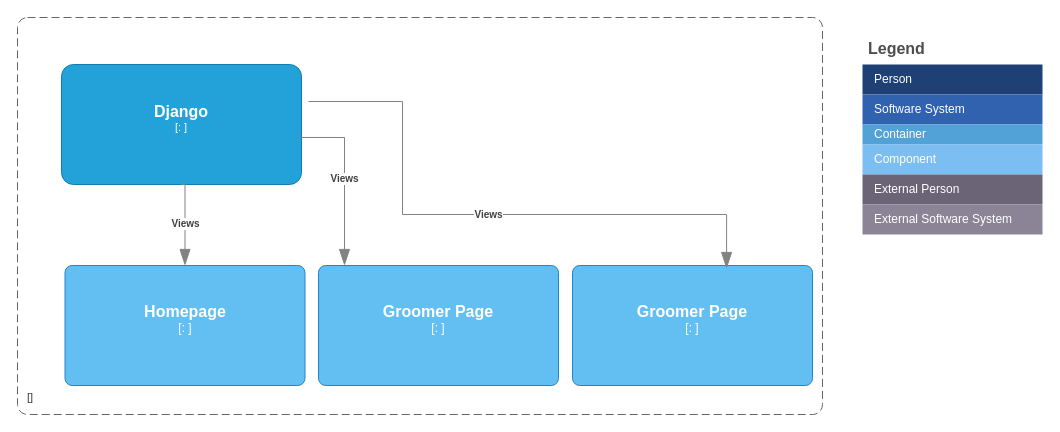
bartelsjoshuac/Corduroy keeps this draw.io diagram as docs/C4/djangocomponent-C4.drawio. Above is the earlier version. Source tidied: cells renumbered, new cells numbered last; positions are measured from the earlier drawing's top-left corner, leaving out a move shared by most shapes. Both pictures are drawn from the tidied source at 100%, with x=0, y=0 at pixel (17, 17).
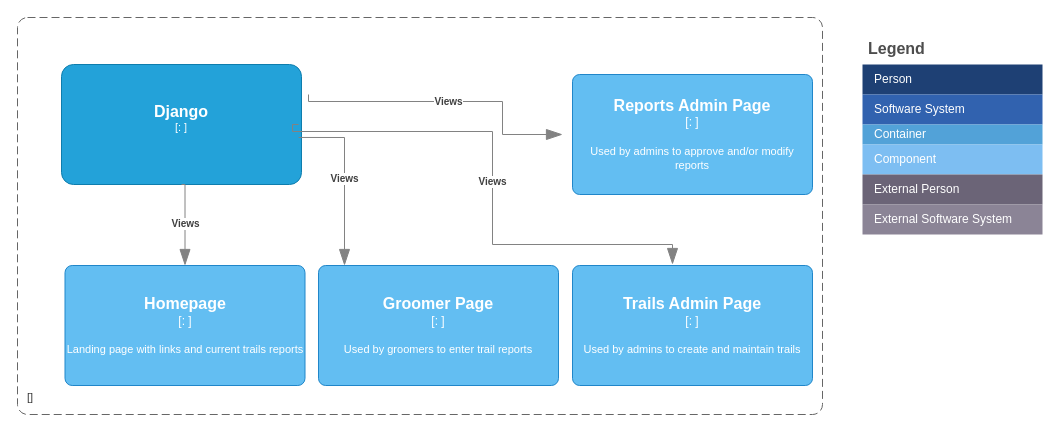
Above is the later version.

The edit, as a diff of the source:
```diff
@@
-    <object id="17" label="&lt;font style=&quot;font-size: 16px&quot;&gt;&lt;b&gt;%c4Name%&lt;/b&gt;&lt;/font&gt;&lt;div&gt;[%c4Type%: %c4Technology%]&lt;/div&gt;&lt;br&gt;&lt;div&gt;&lt;font style=&quot;font-size: 11px&quot;&gt;%c4Description%&lt;/font&gt;&lt;/div&gt;" c4Description="" c4Name="Homepage" c4Technology="" c4Type="" placeholders="1">
+    <object id="17" label="&lt;font style=&quot;font-size: 16px&quot;&gt;&lt;b&gt;%c4Name%&lt;/b&gt;&lt;/font&gt;&lt;div&gt;[%c4Type%: %c4Technology%]&lt;/div&gt;&lt;br&gt;&lt;div&gt;&lt;font style=&quot;font-size: 11px&quot;&gt;%c4Description%&lt;/font&gt;&lt;/div&gt;" c4Description="Landing page with links and current trails reports" c4Name="Homepage" c4Technology="" c4Type="" placeholders="1">
       <mxCell style="rounded=1;whiteSpace=wrap;html=1;labelBackgroundColor=none;fillColor=#63BEF2;fontColor=#ffffff;align=center;arcSize=6;strokeColor=#2086C9;points=[[0.25,0,0],[0.5,0,0],[0.75,0,0],[1,0.25,0],[1,0.5,0],[1,0.75,0],[0.75,1,0],[0.5,1,0],[0.25,1,0],[0,0.75,0],[0,0.5,0],[0,0.25,0]];" parent="1" vertex="1">
         <mxGeometry x="47.5" y="248" width="240" height="120" as="geometry" />
       </mxCell>
     </object>
@@
-    <object id="19" label="&lt;font style=&quot;font-size: 16px&quot;&gt;&lt;b&gt;%c4Name%&lt;/b&gt;&lt;/font&gt;&lt;div&gt;[%c4Type%: %c4Technology%]&lt;/div&gt;&lt;br&gt;&lt;div&gt;&lt;font style=&quot;font-size: 11px&quot;&gt;%c4Description%&lt;/font&gt;&lt;/div&gt;" c4Description="" c4Name="Groomer Page" c4Technology="" c4Type="" placeholders="1">
+    <object id="19" label="&lt;font style=&quot;font-size: 16px&quot;&gt;&lt;b&gt;%c4Name%&lt;/b&gt;&lt;/font&gt;&lt;div&gt;[%c4Type%: %c4Technology%]&lt;/div&gt;&lt;br&gt;&lt;div&gt;&lt;font style=&quot;font-size: 11px&quot;&gt;%c4Description%&lt;/font&gt;&lt;/div&gt;" c4Description="Used by groomers to enter trail reports" c4Name="Groomer Page" c4Technology="" c4Type="" placeholders="1">
       <mxCell style="rounded=1;whiteSpace=wrap;html=1;labelBackgroundColor=none;fillColor=#63BEF2;fontColor=#ffffff;align=center;arcSize=6;strokeColor=#2086C9;points=[[0.25,0,0],[0.5,0,0],[0.75,0,0],[1,0.25,0],[1,0.5,0],[1,0.75,0],[0.75,1,0],[0.5,1,0],[0.25,1,0],[0,0.75,0],[0,0.5,0],[0,0.25,0]];" parent="1" vertex="1">
         <mxGeometry x="301" y="248" width="240" height="120" as="geometry" />
       </mxCell>
     </object>
-    <object id="20" label="&lt;font style=&quot;font-size: 16px&quot;&gt;&lt;b&gt;%c4Name%&lt;/b&gt;&lt;/font&gt;&lt;div&gt;[%c4Type%: %c4Technology%]&lt;/div&gt;&lt;br&gt;&lt;div&gt;&lt;font style=&quot;font-size: 11px&quot;&gt;%c4Description%&lt;/font&gt;&lt;/div&gt;" c4Description="" c4Name="Groomer Page" c4Technology="" c4Type="" placeholders="1">
+    <object id="20" label="&lt;font style=&quot;font-size: 16px&quot;&gt;&lt;b&gt;%c4Name%&lt;/b&gt;&lt;/font&gt;&lt;div&gt;[%c4Type%: %c4Technology%]&lt;/div&gt;&lt;br&gt;&lt;div&gt;&lt;font style=&quot;font-size: 11px&quot;&gt;%c4Description%&lt;/font&gt;&lt;/div&gt;" c4Description="Used by admins to approve and/or modify reports" c4Name="Reports Admin Page" c4Technology="" c4Type="" placeholders="1">
       <mxCell style="rounded=1;whiteSpace=wrap;html=1;labelBackgroundColor=none;fillColor=#63BEF2;fontColor=#ffffff;align=center;arcSize=6;strokeColor=#2086C9;points=[[0.25,0,0],[0.5,0,0],[0.75,0,0],[1,0.25,0],[1,0.5,0],[1,0.75,0],[0.75,1,0],[0.5,1,0],[0.25,1,0],[0,0.75,0],[0,0.5,0],[0,0.25,0]];" parent="1" vertex="1">
-        <mxGeometry x="555" y="248" width="240" height="120" as="geometry" />
+        <mxGeometry x="555" y="57" width="240" height="120" as="geometry" />
       </mxCell>
     </object>
@@
     <object id="22" label="&lt;div style=&quot;text-align: left&quot;&gt;&lt;div style=&quot;text-align: center&quot;&gt;&lt;b&gt;%c4Description%&lt;/b&gt;&lt;/div&gt;" c4Description="Views" placeholders="1">
-      <mxCell style="endArrow=blockThin;html=1;fontSize=10;fontColor=#404040;strokeWidth=1;endFill=1;strokeColor=#828282;elbow=vertical;endSize=14;startSize=14;jumpStyle=arc;jumpSize=16;rounded=0;edgeStyle=orthogonalEdgeStyle;exitX=0.988;exitY=0.608;exitDx=0;exitDy=0;exitPerimeter=0;entryX=0.642;entryY=0.025;entryDx=0;entryDy=0;entryPerimeter=0;" parent="1" edge="1" target="20">
+      <mxCell style="endArrow=blockThin;html=1;fontSize=10;fontColor=#404040;strokeWidth=1;endFill=1;strokeColor=#828282;elbow=vertical;endSize=14;startSize=14;jumpStyle=arc;jumpSize=16;rounded=0;edgeStyle=orthogonalEdgeStyle;" parent="1" edge="1">
         <mxGeometry relative="1" as="geometry">
-          <mxPoint x="291" y="84" as="sourcePoint" />
+          <mxPoint x="291" y="77" as="sourcePoint" />
+          <mxPoint x="545" y="117" as="targetPoint" />
           <Array as="points">
-            <mxPoint x="385" y="84" />
-            <mxPoint x="385" y="197" />
-            <mxPoint x="709" y="197" />
+            <mxPoint x="485" y="84" />
+            <mxPoint x="485" y="117" />
           </Array>
         </mxGeometry>
       </mxCell>
     </object>
+    <object id="23" label="&lt;font style=&quot;font-size: 16px&quot;&gt;&lt;b&gt;%c4Name%&lt;/b&gt;&lt;/font&gt;&lt;div&gt;[%c4Type%: %c4Technology%]&lt;/div&gt;&lt;br&gt;&lt;div&gt;&lt;font style=&quot;font-size: 11px&quot;&gt;%c4Description%&lt;/font&gt;&lt;/div&gt;" c4Description="Used by admins to create and maintain trails" c4Name="Trails Admin Page" c4Technology="" c4Type="" placeholders="1">
+      <mxCell style="rounded=1;whiteSpace=wrap;html=1;labelBackgroundColor=none;fillColor=#63BEF2;fontColor=#ffffff;align=center;arcSize=6;strokeColor=#2086C9;" parent="1" vertex="1">
+        <mxGeometry x="555" y="248" width="240" height="120" as="geometry" />
+      </mxCell>
+    </object>
+    <object id="24" label="&lt;div style=&quot;text-align: left&quot;&gt;&lt;div style=&quot;text-align: center&quot;&gt;&lt;b&gt;%c4Description%&lt;/b&gt;&lt;/div&gt;" c4Description="Views" placeholders="1">
+      <mxCell style="endArrow=blockThin;html=1;fontSize=10;fontColor=#404040;strokeWidth=1;endFill=1;strokeColor=#828282;elbow=vertical;endSize=14;startSize=14;jumpStyle=arc;jumpSize=16;rounded=0;edgeStyle=orthogonalEdgeStyle;" parent="1" edge="1">
+        <mxGeometry relative="1" as="geometry">
+          <mxPoint x="281" y="107" as="sourcePoint" />
+          <mxPoint x="655" y="247" as="targetPoint" />
+          <Array as="points">
+            <mxPoint x="275" y="107" />
+            <mxPoint x="275" y="114" />
+            <mxPoint x="475" y="114" />
+            <mxPoint x="475" y="227" />
+            <mxPoint x="655" y="227" />
+          </Array>
+        </mxGeometry>
+      </mxCell>
+    </object>
```
